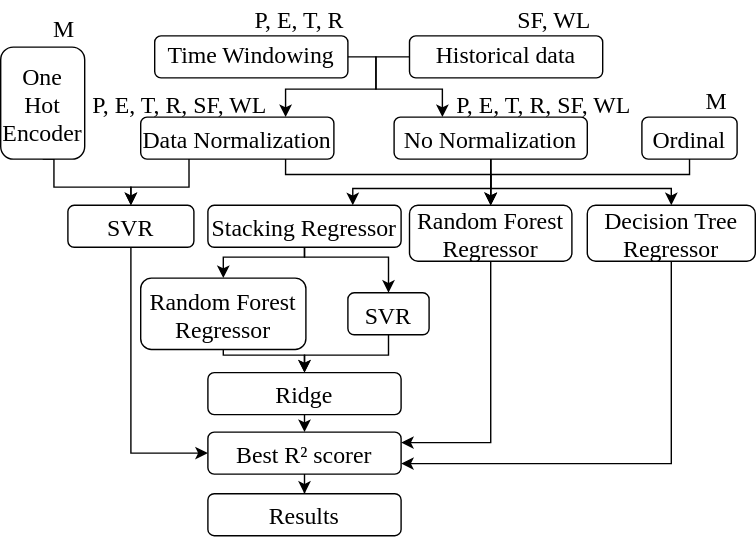
The draw.io diagram paper/Diagrams/gridsearch.drawio.svg in brunotvs/po233_project, before a commit. Source tidied: cells renumbered, new cells last; positions are measured from the earlier drawing's top-left corner, leaving out a move shared by most shapes.
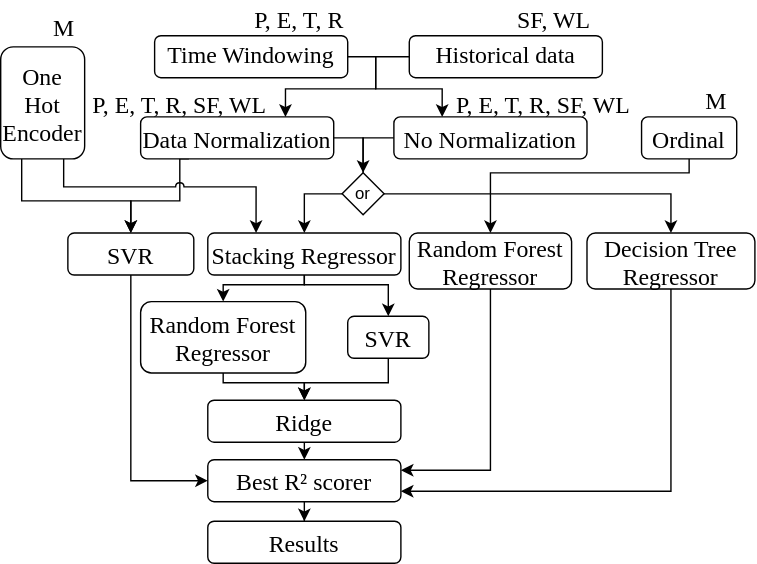
After the change.

Commit message:
Mudança na indicação do fluxo da normalização/falta de normalização

What changed in the source:
```diff
@@ -8,44 +8,30 @@
     <mxCell id="3" style="edgeStyle=orthogonalEdgeStyle;rounded=0;jettySize=auto;html=1;exitX=0.25;exitY=1;exitDx=0;exitDy=0;entryX=0.5;entryY=0;entryDx=0;entryDy=0;fontFamily=Times New Roman;fontSize=17;" parent="1" edge="1" source="5" target="11">
       <mxGeometry relative="1" as="geometry">
         <Array as="points">
-          <mxPoint x="130" y="133" />
-          <mxPoint x="40" y="133" />
+          <mxPoint x="128" y="113" />
+          <mxPoint x="128" y="143" />
+          <mxPoint x="93" y="143" />
         </Array>
       </mxGeometry>
     </mxCell>
-    <mxCell id="4" style="edgeStyle=orthogonalEdgeStyle;rounded=0;jettySize=auto;html=1;exitX=0.75;exitY=1;exitDx=0;exitDy=0;entryX=0.5;entryY=0;entryDx=0;entryDy=0;fontFamily=Times New Roman;fontSize=17;endArrow=classic;endFill=1;" parent="1" edge="1" target="16">
-      <mxGeometry relative="1" as="geometry">
-        <mxPoint x="203.5" y="104" as="sourcePoint" />
-        <Array as="points">
-          <mxPoint x="204" y="124" />
-          <mxPoint x="350" y="124" />
-        </Array>
-      </mxGeometry>
-    </mxCell>
+    <mxCell id="41" style="edgeStyle=elbowEdgeStyle;rounded=0;jettySize=auto;html=1;entryX=0.5;entryY=0;entryDx=0;entryDy=0;endArrow=none;endFill=0;" parent="1" edge="1" target="47">
+      <mxGeometry relative="1" as="geometry">
+        <mxPoint x="238" y="98" as="sourcePoint" />
+        <Array as="points">
+          <mxPoint x="259" y="103" />
+        </Array>
+      </mxGeometry>
+    </mxCell>
     <mxCell id="5" value="Data Normalization" style="rounded=1;fontFamily=Times New Roman;fontSize=17;" parent="1" vertex="1">
       <mxGeometry x="100" y="83" width="138" height="30" as="geometry" />
     </mxCell>
-    <mxCell id="6" style="edgeStyle=orthogonalEdgeStyle;rounded=0;jettySize=auto;html=1;exitX=0.5;exitY=1;exitDx=0;exitDy=0;fontFamily=Times New Roman;fontSize=17;endArrow=classic;endFill=1;" parent="1" edge="1" source="9" target="16">
-      <mxGeometry relative="1" as="geometry" />
-    </mxCell>
-    <mxCell id="7" style="edgeStyle=orthogonalEdgeStyle;rounded=0;jettySize=auto;html=1;exitX=0.5;exitY=1;exitDx=0;exitDy=0;fontFamily=Times New Roman;fontSize=17;endArrow=classic;endFill=1;" parent="1" edge="1" target="18">
-      <mxGeometry relative="1" as="geometry">
-        <mxPoint x="350" y="104" as="sourcePoint" />
-        <Array as="points">
-          <mxPoint x="350" y="134" />
-          <mxPoint x="479" y="134" />
-        </Array>
-      </mxGeometry>
-    </mxCell>
-    <mxCell id="8" style="edgeStyle=orthogonalEdgeStyle;rounded=0;jettySize=auto;html=1;exitX=0.5;exitY=1;exitDx=0;exitDy=0;entryX=0.75;entryY=0;entryDx=0;entryDy=0;fontFamily=Times New Roman;fontSize=17;endArrow=classic;endFill=1;" parent="1" edge="1" target="14">
-      <mxGeometry relative="1" as="geometry">
-        <mxPoint x="350" y="104" as="sourcePoint" />
-        <Array as="points">
-          <mxPoint x="350" y="134" />
-          <mxPoint x="252" y="134" />
-        </Array>
-      </mxGeometry>
-    </mxCell>
+    <mxCell id="42" style="edgeStyle=elbowEdgeStyle;rounded=0;jettySize=auto;elbow=vertical;html=1;exitX=0;exitY=0.5;exitDx=0;exitDy=0;entryX=0.5;entryY=0;entryDx=0;entryDy=0;" parent="1" edge="1" source="9" target="47">
+      <mxGeometry relative="1" as="geometry">
+        <Array as="points">
+          <mxPoint x="278" y="98" />
+        </Array>
+      </mxGeometry>
+    </mxCell>
     <mxCell id="9" value="No Normalization" style="rounded=1;fontFamily=Times New Roman;fontSize=17;" parent="1" vertex="1">
       <mxGeometry x="281" y="83" width="138" height="30" as="geometry" />
     </mxCell>
@@ -53,77 +39,77 @@
       <mxGeometry relative="1" as="geometry" />
     </mxCell>
     <mxCell id="11" value="SVR" style="rounded=1;fontFamily=Times New Roman;fontSize=17;" parent="1" vertex="1">
-      <mxGeometry x="48" y="146" width="90" height="30" as="geometry" />
+      <mxGeometry x="48" y="166" width="90" height="30" as="geometry" />
     </mxCell>
     <mxCell id="12" style="edgeStyle=orthogonalEdgeStyle;rounded=0;jettySize=auto;html=1;exitX=0.5;exitY=1;exitDx=0;exitDy=0;entryX=0.5;entryY=0;entryDx=0;entryDy=0;fontFamily=Times New Roman;fontSize=17;endArrow=classic;endFill=1;" parent="1" edge="1" target="20">
       <mxGeometry relative="1" as="geometry">
-        <mxPoint x="217" y="162" as="sourcePoint" />
+        <mxPoint x="217" y="182" as="sourcePoint" />
         <Array as="points">
-          <mxPoint x="217" y="183" />
-          <mxPoint x="159" y="183" />
+          <mxPoint x="217" y="203" />
+          <mxPoint x="159" y="203" />
         </Array>
       </mxGeometry>
     </mxCell>
     <mxCell id="13" style="edgeStyle=orthogonalEdgeStyle;rounded=0;jettySize=auto;html=1;exitX=0.5;exitY=1;exitDx=0;exitDy=0;entryX=0.5;entryY=0;entryDx=0;entryDy=0;" parent="1" edge="1" source="14" target="22">
       <mxGeometry relative="1" as="geometry">
         <Array as="points">
-          <mxPoint x="217" y="183" />
-          <mxPoint x="277" y="183" />
+          <mxPoint x="217" y="203" />
+          <mxPoint x="277" y="203" />
         </Array>
       </mxGeometry>
     </mxCell>
     <mxCell id="14" value="Stacking Regressor" style="rounded=1;fontFamily=Times New Roman;fontSize=17;" parent="1" vertex="1">
-      <mxGeometry x="148" y="146" width="138" height="30" as="geometry" />
+      <mxGeometry x="148" y="166" width="138" height="30" as="geometry" />
     </mxCell>
     <mxCell id="15" style="edgeStyle=orthogonalEdgeStyle;rounded=0;jettySize=auto;html=1;exitX=0.5;exitY=1;exitDx=0;exitDy=0;entryX=1;entryY=0.25;entryDx=0;entryDy=0;endArrow=classic;endFill=1;fontFamily=Times New Roman;fontSize=17;" parent="1" edge="1" source="16" target="26">
       <mxGeometry relative="1" as="geometry" />
     </mxCell>
     <mxCell id="16" value="Random Forest &#10;Regressor" style="rounded=1;fontFamily=Times New Roman;fontSize=17;" parent="1" vertex="1">
-      <mxGeometry x="292" y="146" width="116" height="40" as="geometry" />
+      <mxGeometry x="292" y="166" width="116" height="40" as="geometry" />
     </mxCell>
     <mxCell id="17" style="edgeStyle=orthogonalEdgeStyle;rounded=0;jettySize=auto;html=1;exitX=0.5;exitY=1;exitDx=0;exitDy=0;entryX=1;entryY=0.75;entryDx=0;entryDy=0;endArrow=classic;endFill=1;fontFamily=Times New Roman;fontSize=17;" parent="1" edge="1" source="18" target="26">
       <mxGeometry relative="1" as="geometry" />
     </mxCell>
     <mxCell id="18" value="Decision Tree&#10;Regressor" style="rounded=1;fontFamily=Times New Roman;fontSize=17;" parent="1" vertex="1">
-      <mxGeometry x="419" y="146" width="120" height="40" as="geometry" />
+      <mxGeometry x="419" y="166" width="120" height="40" as="geometry" />
     </mxCell>
     <mxCell id="19" style="edgeStyle=orthogonalEdgeStyle;rounded=0;jettySize=auto;html=1;exitX=0.5;exitY=1;exitDx=0;exitDy=0;entryX=0.5;entryY=0;entryDx=0;entryDy=0;" parent="1" edge="1" source="20" target="24">
       <mxGeometry relative="1" as="geometry">
         <Array as="points">
-          <mxPoint x="159" y="253" />
-          <mxPoint x="217" y="253" />
+          <mxPoint x="159" y="273" />
+          <mxPoint x="217" y="273" />
         </Array>
       </mxGeometry>
     </mxCell>
     <mxCell id="20" value="Random Forest&#10;Regressor" style="rounded=1;fontFamily=Times New Roman;fontSize=17;" parent="1" vertex="1">
-      <mxGeometry x="100" y="198" width="118" height="51" as="geometry" />
+      <mxGeometry x="100" y="215" width="118" height="51" as="geometry" />
     </mxCell>
     <mxCell id="21" style="edgeStyle=orthogonalEdgeStyle;rounded=0;jettySize=auto;html=1;exitX=0.5;exitY=1;exitDx=0;exitDy=0;fontFamily=Times New Roman;fontSize=17;endArrow=classic;endFill=1;" parent="1" edge="1" target="24">
       <mxGeometry relative="1" as="geometry">
-        <mxPoint x="277" y="218" as="sourcePoint" />
+        <mxPoint x="277" y="238" as="sourcePoint" />
         <Array as="points">
-          <mxPoint x="277" y="253" />
-          <mxPoint x="217" y="253" />
+          <mxPoint x="277" y="273" />
+          <mxPoint x="217" y="273" />
         </Array>
       </mxGeometry>
     </mxCell>
     <mxCell id="22" value="SVR" style="rounded=1;fontFamily=Times New Roman;fontSize=17;" parent="1" vertex="1">
-      <mxGeometry x="248" y="208.5" width="58" height="30" as="geometry" />
+      <mxGeometry x="248" y="225.5" width="58" height="30" as="geometry" />
     </mxCell>
     <mxCell id="23" style="edgeStyle=orthogonalEdgeStyle;rounded=0;jettySize=auto;html=1;exitX=0.5;exitY=1;exitDx=0;exitDy=0;entryX=0.5;entryY=0;entryDx=0;entryDy=0;endArrow=classic;endFill=1;fontFamily=Times New Roman;fontSize=17;" parent="1" edge="1" source="24" target="26">
       <mxGeometry relative="1" as="geometry" />
     </mxCell>
     <mxCell id="24" value="Ridge" style="rounded=1;fontFamily=Times New Roman;fontSize=17;" parent="1" vertex="1">
-      <mxGeometry x="148" y="265.5" width="138" height="30" as="geometry" />
+      <mxGeometry x="148" y="285.5" width="138" height="30" as="geometry" />
     </mxCell>
     <mxCell id="25" style="edgeStyle=orthogonalEdgeStyle;rounded=0;jettySize=auto;html=1;exitX=0.5;exitY=1;exitDx=0;exitDy=0;fontFamily=Times New Roman;fontSize=17;endArrow=classic;endFill=1;" parent="1" edge="1" source="26" target="27">
       <mxGeometry relative="1" as="geometry" />
     </mxCell>
     <mxCell id="26" value="Best R² scorer" style="rounded=1;fontFamily=Times New Roman;fontSize=17;" parent="1" vertex="1">
-      <mxGeometry x="148" y="308" width="138" height="30" as="geometry" />
+      <mxGeometry x="148" y="328" width="138" height="30" as="geometry" />
     </mxCell>
     <mxCell id="27" value="Results" style="rounded=1;fontFamily=Times New Roman;fontSize=17;" parent="1" vertex="1">
-      <mxGeometry x="148" y="352" width="138" height="30" as="geometry" />
+      <mxGeometry x="148" y="372" width="138" height="30" as="geometry" />
     </mxCell>
     <mxCell id="28" style="edgeStyle=orthogonalEdgeStyle;rounded=0;jettySize=auto;html=1;exitX=1;exitY=0.5;exitDx=0;exitDy=0;entryX=0.25;entryY=0;entryDx=0;entryDy=0;fontFamily=Times New Roman;fontSize=17;endArrow=classic;endFill=1;" parent="1" edge="1" source="2" target="9">
       <mxGeometry relative="1" as="geometry">
@@ -143,29 +129,36 @@
     <mxCell id="31" value="P, E, T, R, SF, WL" style="text;align=center;verticalAlign=middle;strokeColor=none;fontFamily=Times New Roman;fontSize=17;" parent="1" vertex="1">
       <mxGeometry x="318" y="58" width="140" height="30" as="geometry" />
     </mxCell>
-    <mxCell id="32" style="edgeStyle=orthogonalEdgeStyle;rounded=0;jettySize=auto;html=1;exitX=0.5;exitY=1;exitDx=0;exitDy=0;entryX=0.5;entryY=0;entryDx=0;entryDy=0;" parent="1" edge="1" source="33" target="11">
+    <mxCell id="32" style="edgeStyle=orthogonalEdgeStyle;rounded=0;jettySize=auto;html=1;exitX=0.25;exitY=1;exitDx=0;exitDy=0;entryX=0.5;entryY=0;entryDx=0;entryDy=0;" parent="1" edge="1" source="33" target="11">
       <mxGeometry relative="1" as="geometry">
         <Array as="points">
-          <mxPoint x="38" y="133" />
-          <mxPoint x="93" y="133" />
+          <mxPoint x="15" y="143" />
+          <mxPoint x="93" y="143" />
         </Array>
       </mxGeometry>
     </mxCell>
+    <mxCell id="43" style="edgeStyle=orthogonalEdgeStyle;rounded=0;jettySize=auto;html=1;exitX=0.75;exitY=1;exitDx=0;exitDy=0;fontFamily=Times New Roman;fontSize=17;endArrow=classic;endFill=1;jumpStyle=arc;entryX=0.25;entryY=0;entryDx=0;entryDy=0;" parent="1" edge="1" source="33" target="14">
+      <mxGeometry relative="1" as="geometry">
+        <Array as="points">
+          <mxPoint x="45" y="133" />
+          <mxPoint x="183" y="133" />
+        </Array>
+      </mxGeometry>
+    </mxCell>
     <mxCell id="33" value="One&#10;Hot&#10;Encoder" style="rounded=1;fontFamily=Times New Roman;fontSize=17;" parent="1" vertex="1">
       <mxGeometry y="33" width="60" height="80" as="geometry" />
     </mxCell>
     <mxCell id="34" value="M" style="text;html=1;align=center;verticalAlign=middle;strokeColor=none;fontFamily=Times New Roman;fontSize=17;" parent="1" vertex="1">
       <mxGeometry x="30" y="6" width="30" height="30" as="geometry" />
     </mxCell>
-    <mxCell id="35" style="edgeStyle=orthogonalEdgeStyle;rounded=0;jettySize=auto;html=1;exitX=0.5;exitY=1;exitDx=0;exitDy=0;entryX=0.5;entryY=0;entryDx=0;entryDy=0;" parent="1" edge="1" target="16">
-      <mxGeometry relative="1" as="geometry">
-        <mxPoint x="492" y="104" as="sourcePoint" />
-        <Array as="points">
-          <mxPoint x="492" y="124" />
-          <mxPoint x="350" y="124" />
-        </Array>
-      </mxGeometry>
-    </mxCell>
+    <mxCell id="44" style="edgeStyle=orthogonalEdgeStyle;rounded=0;jettySize=auto;html=1;exitX=0.5;exitY=1;exitDx=0;exitDy=0;entryX=0.5;entryY=0;entryDx=0;entryDy=0;" parent="1" edge="1" source="36" target="16">
+      <mxGeometry relative="1" as="geometry">
+        <Array as="points">
+          <mxPoint x="492" y="123" />
+          <mxPoint x="350" y="123" />
+        </Array>
+      </mxGeometry>
+    </mxCell>
     <mxCell id="36" value="Ordinal" style="rounded=1;fontFamily=Times New Roman;fontSize=17;" parent="1" vertex="1">
       <mxGeometry x="458" y="83" width="68" height="30" as="geometry" />
     </mxCell>
@@ -187,5 +180,24 @@
     <mxCell id="40" value="SF, WL" style="text;html=1;align=center;verticalAlign=middle;strokeColor=none;fontFamily=Times New Roman;fontSize=17;" parent="1" vertex="1">
       <mxGeometry x="360" width="70" height="30" as="geometry" />
     </mxCell>
+    <mxCell id="45" style="edgeStyle=elbowEdgeStyle;rounded=0;jettySize=auto;html=1;exitX=0;exitY=0.5;exitDx=0;exitDy=0;entryX=0.5;entryY=0;entryDx=0;entryDy=0;elbow=vertical;" parent="1" edge="1" source="47" target="14">
+      <mxGeometry relative="1" as="geometry">
+        <Array as="points">
+          <mxPoint x="228" y="138" />
+        </Array>
+      </mxGeometry>
+    </mxCell>
+    <mxCell id="46" style="edgeStyle=orthogonalEdgeStyle;rounded=0;jettySize=auto;html=1;" parent="1" edge="1" target="18">
+      <mxGeometry relative="1" as="geometry">
+        <mxPoint x="278" y="138" as="sourcePoint" />
+        <Array as="points">
+          <mxPoint x="259" y="138" />
+          <mxPoint x="479" y="138" />
+        </Array>
+      </mxGeometry>
+    </mxCell>
+    <mxCell id="47" value="or" style="rhombus;whiteSpace=wrap;html=1;" parent="1" vertex="1">
+      <mxGeometry x="244" y="123" width="30" height="30" as="geometry" />
+    </mxCell>
   </root>
 </mxGraphModel>
```
